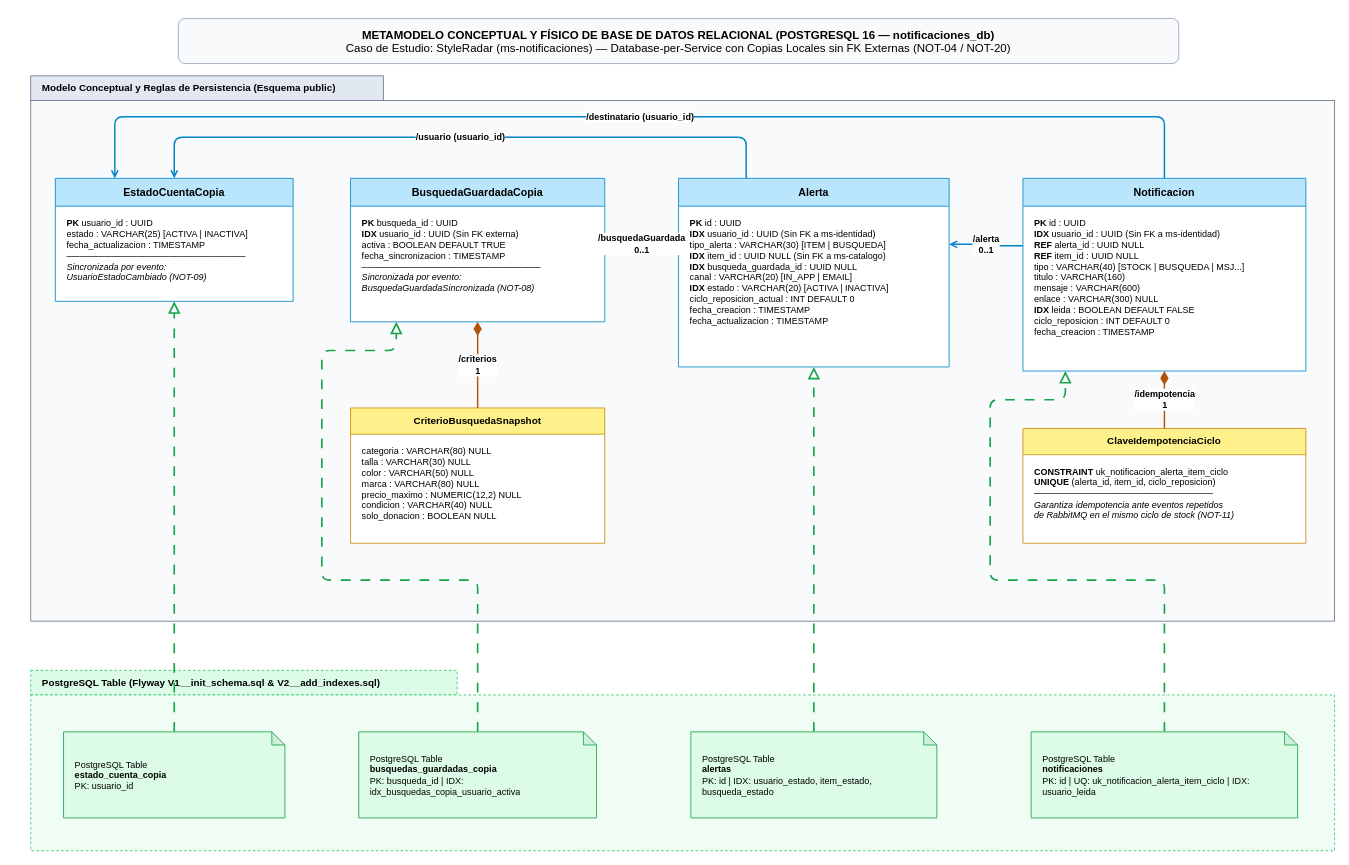
StyleRadar1/GJ-Notification-Service keeps this draw.io diagram as docs/uml/diagrama-base-datos.drawio. Above is the earlier version. Source tidied: cells renumbered, new cells numbered last; positions are measured from the earlier drawing's top-left corner, leaving out a move shared by most shapes. Both pictures are drawn from the tidied source at 82%, with x=0, y=0 at pixel (30, 18).
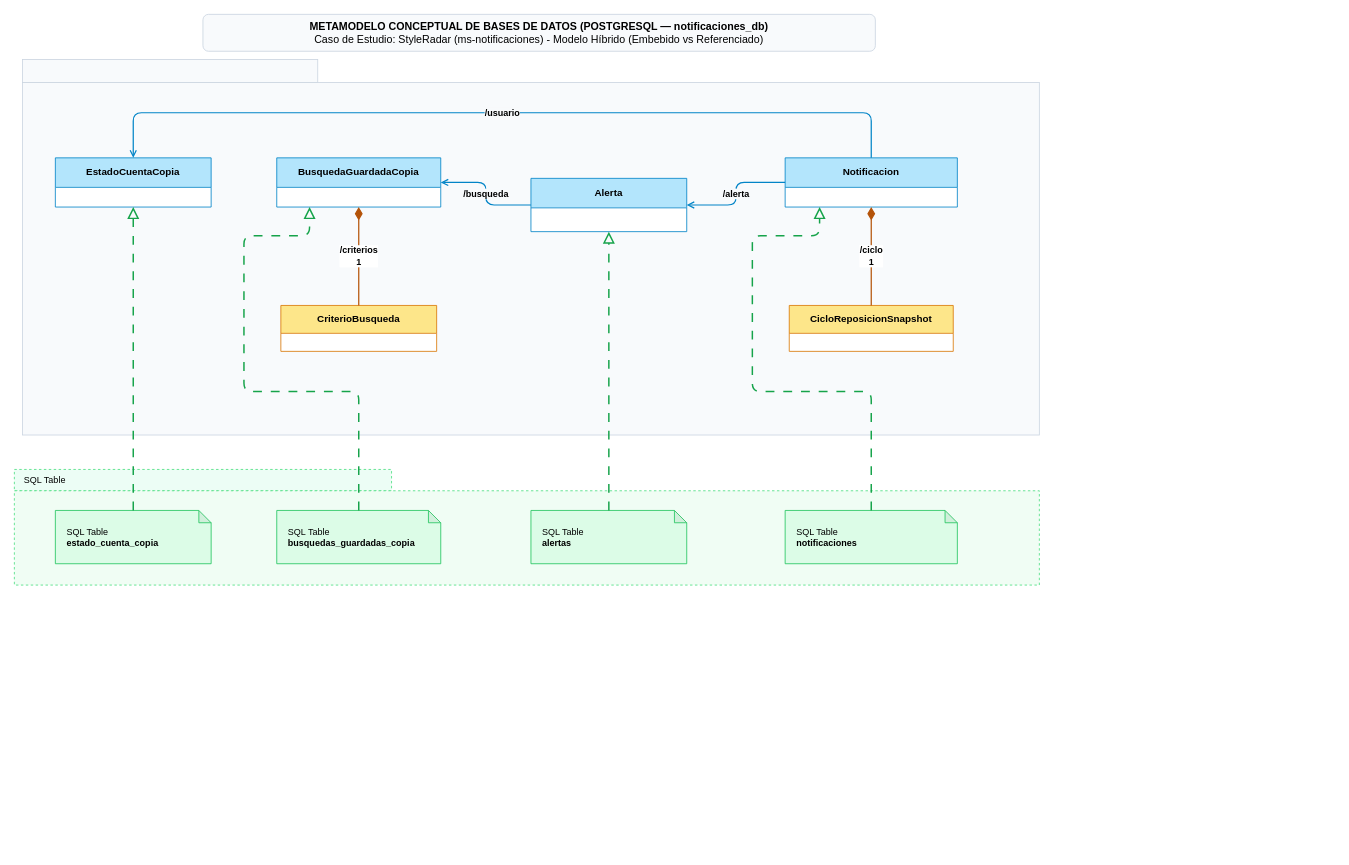
After the change.

Commit message:
style(uml): simplificar diagrama de base de datos al formato conceptual limpio

What changed in the source:
```diff
@@
-    <mxCell id="2" value="&lt;b&gt;METAMODELO CONCEPTUAL Y FÍSICO DE BASE DE DATOS RELACIONAL (POSTGRESQL 16 — notificaciones_db)&lt;/b&gt;&lt;br&gt;Caso de Estudio: StyleRadar (ms-notificaciones) — Database-per-Service con Copias Locales sin FK Externas (NOT-04 / NOT-20)" style="rounded=1;whiteSpace=wrap;html=1;fillColor=#f8fafc;strokeColor=#94a3b8;fontColor=#000000;fontSize=14;align=center;verticalAlign=middle;" parent="1" vertex="1">
-      <mxGeometry x="180" width="1220" height="55" as="geometry" />
+    <mxCell id="2" value="&lt;b&gt;METAMODELO CONCEPTUAL DE BASES DE DATOS (POSTGRESQL — notificaciones_db)&lt;/b&gt;&lt;br&gt;Caso de Estudio: StyleRadar (ms-notificaciones) - Modelo Híbrido (Embebido vs Referenciado)" style="rounded=1;whiteSpace=wrap;html=1;fillColor=#f8fafc;strokeColor=#cbd5e1;fontColor=#000000;fontSize=13;align=center;verticalAlign=middle;" parent="1" vertex="1">
+      <mxGeometry x="210" y="-5" width="820" height="45" as="geometry" />
     </mxCell>
-    <mxCell id="3" value="Modelo Conceptual y Reglas de Persistencia (Esquema public)" style="rounded=0;whiteSpace=wrap;html=1;fillColor=#e2e8f0;strokeColor=#64748b;fontColor=#000000;fontStyle=1;fontSize=12;align=left;spacingLeft=12;" parent="1" vertex="1">
-      <mxGeometry y="70" width="430" height="30" as="geometry" />
-    </mxCell>
-    <mxCell id="4" style="rounded=0;whiteSpace=wrap;html=1;fillColor=#f8fafc;strokeColor=#64748b;fontColor=#000000;" parent="1" vertex="1">
-      <mxGeometry y="100" width="1590" height="635" as="geometry" />
-    </mxCell>
+    <mxCell id="33" style="rounded=0;whiteSpace=wrap;html=1;fillColor=#f8fafc;strokeColor=#cbd5e1;" parent="1" vertex="1">
+      <mxGeometry x="-10" y="50" width="360" height="28" as="geometry" />
+    </mxCell>
+    <mxCell id="34" style="rounded=0;whiteSpace=wrap;html=1;fillColor=#f8fafc;strokeColor=#cbd5e1;" parent="1" vertex="1">
+      <mxGeometry x="-10" y="78" width="1240" height="430" as="geometry" />
+    </mxCell>
-    <mxCell id="5" value="EstadoCuentaCopia" style="swimlane;whiteSpace=wrap;html=1;startSize=34;fillColor=#bae6fd;strokeColor=#0284c7;fontColor=#000000;fontStyle=1;fontSize=13;swimlaneFillColor=#ffffff;" parent="1" vertex="1">
-      <mxGeometry x="30" y="195" width="290" height="150" as="geometry" />
+    <mxCell id="5" value="EstadoCuentaCopia" style="swimlane;whiteSpace=wrap;html=1;startSize=36;fillColor=#b3e5fc;strokeColor=#0284c7;fontColor=#000000;fontStyle=1;fontSize=12;swimlaneFillColor=#ffffff;" parent="1" vertex="1">
+      <mxGeometry x="30" y="170" width="190" height="60" as="geometry" />
     </mxCell>
-    <mxCell id="6" value="&lt;b&gt;PK&lt;/b&gt; usuario_id : UUID&lt;br&gt;estado : VARCHAR(25) [ACTIVA | INACTIVA]&lt;br&gt;fecha_actualizacion : TIMESTAMP&lt;br&gt;────────────────────────────&lt;br&gt;&lt;i&gt;Sincronizada por evento:&lt;br&gt;UsuarioEstadoCambiado (NOT-09)&lt;/i&gt;" style="rounded=0;whiteSpace=wrap;html=1;fillColor=#ffffff;strokeColor=none;fontColor=#000000;align=left;verticalAlign=top;spacingLeft=10;spacingTop=6;fontSize=11;" parent="5" vertex="1">
-      <mxGeometry x="2" y="36" width="286" height="110" as="geometry" />
-    </mxCell>
-    <mxCell id="7" value="BusquedaGuardadaCopia" style="swimlane;whiteSpace=wrap;html=1;startSize=34;fillColor=#bae6fd;strokeColor=#0284c7;fontColor=#000000;fontStyle=1;fontSize=13;swimlaneFillColor=#ffffff;" parent="1" vertex="1">
-      <mxGeometry x="390" y="195" width="310" height="175" as="geometry" />
+    <mxCell id="7" value="BusquedaGuardadaCopia" style="swimlane;whiteSpace=wrap;html=1;startSize=36;fillColor=#b3e5fc;strokeColor=#0284c7;fontColor=#000000;fontStyle=1;fontSize=12;swimlaneFillColor=#ffffff;" parent="1" vertex="1">
+      <mxGeometry x="300" y="170" width="200" height="60" as="geometry" />
     </mxCell>
-    <mxCell id="8" value="&lt;b&gt;PK&lt;/b&gt; busqueda_id : UUID&lt;br&gt;&lt;b&gt;IDX&lt;/b&gt; usuario_id : UUID (Sin FK externa)&lt;br&gt;activa : BOOLEAN DEFAULT TRUE&lt;br&gt;fecha_sincronizacion : TIMESTAMP&lt;br&gt;────────────────────────────&lt;br&gt;&lt;i&gt;Sincronizada por evento:&lt;br&gt;BusquedaGuardadaSincronizada (NOT-08)&lt;/i&gt;" style="rounded=0;whiteSpace=wrap;html=1;fillColor=#ffffff;strokeColor=none;fontColor=#000000;align=left;verticalAlign=top;spacingLeft=10;spacingTop=6;fontSize=11;" parent="7" vertex="1">
-      <mxGeometry x="2" y="36" width="306" height="135" as="geometry" />
-    </mxCell>
+    <mxCell id="12" value="Alerta" style="swimlane;whiteSpace=wrap;html=1;startSize=36;fillColor=#b3e5fc;strokeColor=#0284c7;fontColor=#000000;fontStyle=1;fontSize=12;swimlaneFillColor=#ffffff;" parent="1" vertex="1">
+      <mxGeometry x="610" y="195" width="190" height="65" as="geometry" />
+    </mxCell>
+    <mxCell id="14" value="Notificacion" style="swimlane;whiteSpace=wrap;html=1;startSize=36;fillColor=#b3e5fc;strokeColor=#0284c7;fontColor=#000000;fontStyle=1;fontSize=12;swimlaneFillColor=#ffffff;" parent="1" vertex="1">
+      <mxGeometry x="920" y="170" width="210" height="60" as="geometry" />
+    </mxCell>
-    <mxCell id="9" value="CriterioBusquedaSnapshot" style="swimlane;whiteSpace=wrap;html=1;startSize=32;fillColor=#fef08a;strokeColor=#ca8a04;fontColor=#000000;fontStyle=1;fontSize=12;swimlaneFillColor=#ffffff;" parent="1" vertex="1">
-      <mxGeometry x="390" y="475" width="310" height="165" as="geometry" />
+    <mxCell id="9" value="CriterioBusqueda" style="swimlane;whiteSpace=wrap;html=1;startSize=34;fillColor=#fde68a;strokeColor=#d97706;fontColor=#000000;fontStyle=1;fontSize=12;swimlaneFillColor=#ffffff;" parent="1" vertex="1">
+      <mxGeometry x="305" y="350" width="190" height="56" as="geometry" />
     </mxCell>
-    <mxCell id="10" value="categoria : VARCHAR(80) NULL&lt;br&gt;talla : VARCHAR(30) NULL&lt;br&gt;color : VARCHAR(50) NULL&lt;br&gt;marca : VARCHAR(80) NULL&lt;br&gt;precio_maximo : NUMERIC(12,2) NULL&lt;br&gt;condicion : VARCHAR(40) NULL&lt;br&gt;solo_donacion : BOOLEAN NULL" style="rounded=0;whiteSpace=wrap;html=1;fillColor=#ffffff;strokeColor=none;fontColor=#000000;align=left;verticalAlign=top;spacingLeft=10;spacingTop=6;fontSize=11;" parent="9" vertex="1">
-      <mxGeometry x="2" y="34" width="306" height="127" as="geometry" />
-    </mxCell>
+    <mxCell id="16" value="CicloReposicionSnapshot" style="swimlane;whiteSpace=wrap;html=1;startSize=34;fillColor=#fde68a;strokeColor=#d97706;fontColor=#000000;fontStyle=1;fontSize=12;swimlaneFillColor=#ffffff;" parent="1" vertex="1">
+      <mxGeometry x="925" y="350" width="200" height="56" as="geometry" />
+    </mxCell>
-    <mxCell id="11" value="/criterios&lt;br&gt;1" style="edgeStyle=orthogonalEdgeStyle;rounded=0;jettySize=auto;html=1;startArrow=diamondThin;startFill=1;startSize=12;endArrow=none;strokeColor=#b45309;strokeWidth=1.8;fontColor=#000000;labelBackgroundColor=#ffffff;fontStyle=1;fontSize=11;" parent="1" edge="1" source="7" target="9">
+    <mxCell id="11" value="/criterios&lt;br&gt;1" style="edgeStyle=orthogonalEdgeStyle;rounded=0;jettySize=auto;html=1;startArrow=diamondThin;startFill=1;startSize=12;endArrow=none;strokeColor=#b45309;strokeWidth=1.5;fontColor=#000000;labelBackgroundColor=#ffffff;fontStyle=1;fontSize=11;" parent="1" edge="1" source="7" target="9">
       <mxGeometry relative="1" as="geometry" />
     </mxCell>
-    <mxCell id="12" value="Alerta" style="swimlane;whiteSpace=wrap;html=1;startSize=34;fillColor=#bae6fd;strokeColor=#0284c7;fontColor=#000000;fontStyle=1;fontSize=13;swimlaneFillColor=#ffffff;" parent="1" vertex="1">
-      <mxGeometry x="790" y="195" width="330" height="230" as="geometry" />
-    </mxCell>
-    <mxCell id="13" value="&lt;b&gt;PK&lt;/b&gt; id : UUID&lt;br&gt;&lt;b&gt;IDX&lt;/b&gt; usuario_id : UUID (Sin FK a ms-identidad)&lt;br&gt;tipo_alerta : VARCHAR(30) [ITEM | BUSQUEDA]&lt;br&gt;&lt;b&gt;IDX&lt;/b&gt; item_id : UUID NULL (Sin FK a ms-catalogo)&lt;br&gt;&lt;b&gt;IDX&lt;/b&gt; busqueda_guardada_id : UUID NULL&lt;br&gt;canal : VARCHAR(20) [IN_APP | EMAIL]&lt;br&gt;&lt;b&gt;IDX&lt;/b&gt; estado : VARCHAR(20) [ACTIVA | INACTIVA]&lt;br&gt;ciclo_reposicion_actual : INT DEFAULT 0&lt;br&gt;fecha_creacion : TIMESTAMP&lt;br&gt;fecha_actualizacion : TIMESTAMP" style="rounded=0;whiteSpace=wrap;html=1;fillColor=#ffffff;strokeColor=none;fontColor=#000000;align=left;verticalAlign=top;spacingLeft=10;spacingTop=6;fontSize=11;" parent="12" vertex="1">
-      <mxGeometry x="2" y="36" width="326" height="190" as="geometry" />
-    </mxCell>
-    <mxCell id="14" value="Notificacion" style="swimlane;whiteSpace=wrap;html=1;startSize=34;fillColor=#bae6fd;strokeColor=#0284c7;fontColor=#000000;fontStyle=1;fontSize=13;swimlaneFillColor=#ffffff;" parent="1" vertex="1">
-      <mxGeometry x="1210" y="195" width="345" height="235" as="geometry" />
-    </mxCell>
-    <mxCell id="15" value="&lt;b&gt;PK&lt;/b&gt; id : UUID&lt;br&gt;&lt;b&gt;IDX&lt;/b&gt; usuario_id : UUID (Sin FK a ms-identidad)&lt;br&gt;&lt;b&gt;REF&lt;/b&gt; alerta_id : UUID NULL&lt;br&gt;&lt;b&gt;REF&lt;/b&gt; item_id : UUID NULL&lt;br&gt;tipo : VARCHAR(40) [STOCK | BUSQUEDA | MSJ...]&lt;br&gt;titulo : VARCHAR(160)&lt;br&gt;mensaje : VARCHAR(600)&lt;br&gt;enlace : VARCHAR(300) NULL&lt;br&gt;&lt;b&gt;IDX&lt;/b&gt; leida : BOOLEAN DEFAULT FALSE&lt;br&gt;ciclo_reposicion : INT DEFAULT 0&lt;br&gt;fecha_creacion : TIMESTAMP" style="rounded=0;whiteSpace=wrap;html=1;fillColor=#ffffff;strokeColor=none;fontColor=#000000;align=left;verticalAlign=top;spacingLeft=10;spacingTop=6;fontSize=11;" parent="14" vertex="1">
-      <mxGeometry x="2" y="36" width="341" height="195" as="geometry" />
-    </mxCell>
-    <mxCell id="16" value="ClaveIdempotenciaCiclo" style="swimlane;whiteSpace=wrap;html=1;startSize=32;fillColor=#fef08a;strokeColor=#ca8a04;fontColor=#000000;fontStyle=1;fontSize=12;swimlaneFillColor=#ffffff;" parent="1" vertex="1">
-      <mxGeometry x="1210" y="500" width="345" height="140" as="geometry" />
-    </mxCell>
-    <mxCell id="17" value="&lt;b&gt;CONSTRAINT&lt;/b&gt; uk_notificacion_alerta_item_ciclo&lt;br&gt;&lt;b&gt;UNIQUE&lt;/b&gt; (alerta_id, item_id, ciclo_reposicion)&lt;br&gt;────────────────────────────&lt;br&gt;&lt;i&gt;Garantiza idempotencia ante eventos repetidos&lt;br&gt;de RabbitMQ en el mismo ciclo de stock (NOT-11)&lt;/i&gt;" style="rounded=0;whiteSpace=wrap;html=1;fillColor=#ffffff;strokeColor=none;fontColor=#000000;align=left;verticalAlign=top;spacingLeft=10;spacingTop=6;fontSize=11;" parent="16" vertex="1">
-      <mxGeometry x="2" y="34" width="341" height="102" as="geometry" />
-    </mxCell>
-    <mxCell id="18" value="/idempotencia&lt;br&gt;1" style="edgeStyle=orthogonalEdgeStyle;rounded=0;jettySize=auto;html=1;startArrow=diamondThin;startFill=1;startSize=12;endArrow=none;strokeColor=#b45309;strokeWidth=1.8;fontColor=#000000;labelBackgroundColor=#ffffff;fontStyle=1;fontSize=11;" parent="1" edge="1" source="14" target="16">
+    <mxCell id="18" value="/ciclo&lt;br&gt;1" style="edgeStyle=orthogonalEdgeStyle;rounded=0;jettySize=auto;html=1;startArrow=diamondThin;startFill=1;startSize=12;endArrow=none;strokeColor=#b45309;strokeWidth=1.5;fontColor=#000000;labelBackgroundColor=#ffffff;fontStyle=1;fontSize=11;" parent="1" edge="1" source="14" target="16">
       <mxGeometry relative="1" as="geometry" />
     </mxCell>
-    <mxCell id="19" value="/usuario (usuario_id)" style="edgeStyle=orthogonalEdgeStyle;rounded=1;jettySize=auto;html=1;exitX=0.25;exitY=0;exitDx=0;exitDy=0;entryX=0.5;entryY=0;entryDx=0;entryDy=0;endArrow=open;endFill=0;strokeColor=#0284c7;strokeWidth=1.8;fontColor=#000000;labelBackgroundColor=#ffffff;fontStyle=1;fontSize=11;" parent="1" edge="1" source="12" target="5">
-      <mxGeometry relative="1" as="geometry">
-        <Array as="points">
-          <mxPoint x="873" y="145" />
-          <mxPoint x="175" y="145" />
-        </Array>
-      </mxGeometry>
-    </mxCell>
-    <mxCell id="20" value="/destinatario (usuario_id)" style="edgeStyle=orthogonalEdgeStyle;rounded=1;jettySize=auto;html=1;exitX=0.5;exitY=0;exitDx=0;exitDy=0;entryX=0.25;entryY=0;entryDx=0;entryDy=0;endArrow=open;endFill=0;strokeColor=#0284c7;strokeWidth=1.8;fontColor=#000000;labelBackgroundColor=#ffffff;fontStyle=1;fontSize=11;" parent="1" edge="1" source="14" target="5">
+    <mxCell id="20" value="/usuario" style="edgeStyle=orthogonalEdgeStyle;rounded=1;jettySize=auto;html=1;exitX=0.5;exitY=0;exitDx=0;exitDy=0;entryX=0.5;entryY=0;entryDx=0;entryDy=0;endArrow=open;endFill=0;strokeColor=#0284c7;strokeWidth=1.5;fontColor=#000000;labelBackgroundColor=#f8fafc;fontStyle=1;fontSize=11;" parent="1" edge="1" source="14" target="5">
       <mxGeometry relative="1" as="geometry">
         <Array as="points">
-          <mxPoint x="1382" y="120" />
-          <mxPoint x="102" y="120" />
+          <mxPoint x="1025" y="115" />
+          <mxPoint x="125" y="115" />
         </Array>
       </mxGeometry>
     </mxCell>
-    <mxCell id="21" value="/busquedaGuardada&lt;br&gt;0..1" style="edgeStyle=orthogonalEdgeStyle;rounded=1;jettySize=auto;html=1;exitX=0;exitY=0.35;exitDx=0;exitDy=0;entryX=1;entryY=0.45;entryDx=0;entryDy=0;endArrow=open;endFill=0;strokeColor=#0284c7;strokeWidth=1.8;fontColor=#000000;labelBackgroundColor=#ffffff;fontStyle=1;fontSize=11;" parent="1" edge="1" source="12" target="7">
+    <mxCell id="21" value="/busqueda" style="edgeStyle=orthogonalEdgeStyle;rounded=1;jettySize=auto;html=1;exitX=0;exitY=0.5;exitDx=0;exitDy=0;entryX=1;entryY=0.5;entryDx=0;entryDy=0;endArrow=open;endFill=0;strokeColor=#0284c7;strokeWidth=1.5;fontColor=#000000;labelBackgroundColor=#f8fafc;fontStyle=1;fontSize=11;" parent="1" edge="1" source="12" target="7">
       <mxGeometry relative="1" as="geometry" />
     </mxCell>
-    <mxCell id="22" value="/alerta&lt;br&gt;0..1" style="edgeStyle=orthogonalEdgeStyle;rounded=1;jettySize=auto;html=1;exitX=0;exitY=0.35;exitDx=0;exitDy=0;entryX=1;entryY=0.35;entryDx=0;entryDy=0;endArrow=open;endFill=0;strokeColor=#0284c7;strokeWidth=1.8;fontColor=#000000;labelBackgroundColor=#ffffff;fontStyle=1;fontSize=11;" parent="1" edge="1" source="14" target="12">
+    <mxCell id="22" value="/alerta" style="edgeStyle=orthogonalEdgeStyle;rounded=1;jettySize=auto;html=1;exitX=0;exitY=0.5;exitDx=0;exitDy=0;entryX=1;entryY=0.5;entryDx=0;entryDy=0;endArrow=open;endFill=0;strokeColor=#0284c7;strokeWidth=1.5;fontColor=#000000;labelBackgroundColor=#f8fafc;fontStyle=1;fontSize=11;" parent="1" edge="1" source="14" target="12">
       <mxGeometry relative="1" as="geometry" />
     </mxCell>
-    <mxCell id="23" value="PostgreSQL Table (Flyway V1__init_schema.sql &amp; V2__add_indexes.sql)" style="rounded=0;whiteSpace=wrap;html=1;fillColor=#dcfce7;strokeColor=#22c55e;dashed=1;fontColor=#000000;fontStyle=1;fontSize=12;align=left;spacingLeft=12;" parent="1" vertex="1">
-      <mxGeometry y="795" width="520" height="30" as="geometry" />
+    <mxCell id="23" value="SQL Table" style="rounded=0;whiteSpace=wrap;html=1;fillColor=#ecfdf5;strokeColor=#4ade80;dashed=1;fontColor=#000000;fontSize=11;align=left;spacingLeft=10;" parent="1" vertex="1">
+      <mxGeometry x="-20" y="550" width="460" height="26" as="geometry" />
     </mxCell>
-    <mxCell id="24" style="rounded=0;whiteSpace=wrap;html=1;fillColor=#f0fdf4;strokeColor=#22c55e;dashed=1;fontColor=#000000;" parent="1" vertex="1">
-      <mxGeometry y="825" width="1590" height="190" as="geometry" />
+    <mxCell id="24" style="rounded=0;whiteSpace=wrap;html=1;fillColor=#f0fdf4;strokeColor=#4ade80;dashed=1;" parent="1" vertex="1">
+      <mxGeometry x="-20" y="576" width="1250" height="115" as="geometry" />
     </mxCell>
-    <mxCell id="25" value="PostgreSQL Table&lt;br&gt;&lt;b&gt;estado_cuenta_copia&lt;/b&gt;&lt;br&gt;PK: usuario_id" style="shape=note;whiteSpace=wrap;html=1;backgroundOutline=1;darkOpacity=0.05;size=16;fillColor=#dcfce7;strokeColor=#16a34a;fontColor=#000000;align=left;spacingLeft=12;fontSize=11;" parent="1" vertex="1">
-      <mxGeometry x="40" y="870" width="270" height="105" as="geometry" />
+    <mxCell id="25" value="SQL Table&lt;br&gt;&lt;b&gt;estado_cuenta_copia&lt;/b&gt;" style="shape=note;whiteSpace=wrap;html=1;backgroundOutline=1;darkOpacity=0.05;size=15;fillColor=#dcfce7;strokeColor=#22c55e;fontColor=#000000;align=left;spacingLeft=12;fontSize=11;" parent="1" vertex="1">
+      <mxGeometry x="30" y="600" width="190" height="65" as="geometry" />
     </mxCell>
-    <mxCell id="26" value="PostgreSQL Table&lt;br&gt;&lt;b&gt;busquedas_guardadas_copia&lt;/b&gt;&lt;br&gt;PK: busqueda_id | IDX: idx_busquedas_copia_usuario_activa" style="shape=note;whiteSpace=wrap;html=1;backgroundOutline=1;darkOpacity=0.05;size=16;fillColor=#dcfce7;strokeColor=#16a34a;fontColor=#000000;align=left;spacingLeft=12;fontSize=11;" parent="1" vertex="1">
-      <mxGeometry x="400" y="870" width="290" height="105" as="geometry" />
+    <mxCell id="26" value="SQL Table&lt;br&gt;&lt;b&gt;busquedas_guardadas_copia&lt;/b&gt;" style="shape=note;whiteSpace=wrap;html=1;backgroundOutline=1;darkOpacity=0.05;size=15;fillColor=#dcfce7;strokeColor=#22c55e;fontColor=#000000;align=left;spacingLeft=12;fontSize=11;" parent="1" vertex="1">
+      <mxGeometry x="300" y="600" width="200" height="65" as="geometry" />
     </mxCell>
-    <mxCell id="27" value="PostgreSQL Table&lt;br&gt;&lt;b&gt;alertas&lt;/b&gt;&lt;br&gt;PK: id | IDX: usuario_estado, item_estado, busqueda_estado" style="shape=note;whiteSpace=wrap;html=1;backgroundOutline=1;darkOpacity=0.05;size=16;fillColor=#dcfce7;strokeColor=#16a34a;fontColor=#000000;align=left;spacingLeft=12;fontSize=11;" parent="1" vertex="1">
-      <mxGeometry x="805" y="870" width="300" height="105" as="geometry" />
+    <mxCell id="27" value="SQL Table&lt;br&gt;&lt;b&gt;alertas&lt;/b&gt;" style="shape=note;whiteSpace=wrap;html=1;backgroundOutline=1;darkOpacity=0.05;size=15;fillColor=#dcfce7;strokeColor=#22c55e;fontColor=#000000;align=left;spacingLeft=12;fontSize=11;" parent="1" vertex="1">
+      <mxGeometry x="610" y="600" width="190" height="65" as="geometry" />
     </mxCell>
-    <mxCell id="28" value="PostgreSQL Table&lt;br&gt;&lt;b&gt;notificaciones&lt;/b&gt;&lt;br&gt;PK: id | UQ: uk_notificacion_alerta_item_ciclo | IDX: usuario_leida" style="shape=note;whiteSpace=wrap;html=1;backgroundOutline=1;darkOpacity=0.05;size=16;fillColor=#dcfce7;strokeColor=#16a34a;fontColor=#000000;align=left;spacingLeft=12;fontSize=11;" parent="1" vertex="1">
-      <mxGeometry x="1220" y="870" width="325" height="105" as="geometry" />
+    <mxCell id="28" value="SQL Table&lt;br&gt;&lt;b&gt;notificaciones&lt;/b&gt;" style="shape=note;whiteSpace=wrap;html=1;backgroundOutline=1;darkOpacity=0.05;size=15;fillColor=#dcfce7;strokeColor=#22c55e;fontColor=#000000;align=left;spacingLeft=12;fontSize=11;" parent="1" vertex="1">
+      <mxGeometry x="920" y="600" width="210" height="65" as="geometry" />
     </mxCell>
-    <mxCell id="29" style="edgeStyle=orthogonalEdgeStyle;rounded=1;jettySize=auto;html=1;dashed=1;dashPattern=6 6;endArrow=block;endFill=0;endSize=10;strokeColor=#16a34a;strokeWidth=2;exitX=0.5;exitY=0;exitDx=0;exitDy=0;exitPerimeter=0;entryX=0.5;entryY=1;entryDx=0;entryDy=0;" parent="1" edge="1" source="25" target="5">
+    <mxCell id="29" style="edgeStyle=orthogonalEdgeStyle;rounded=1;jettySize=auto;html=1;dashed=1;dashPattern=6 6;endArrow=block;endFill=0;endSize=10;strokeColor=#16a34a;strokeWidth=1.8;exitX=0.5;exitY=0;exitDx=0;exitDy=0;exitPerimeter=0;entryX=0.5;entryY=1;entryDx=0;entryDy=0;" parent="1" edge="1" source="25" target="5">
       <mxGeometry relative="1" as="geometry" />
     </mxCell>
-    <mxCell id="30" style="edgeStyle=orthogonalEdgeStyle;rounded=1;jettySize=auto;html=1;dashed=1;dashPattern=6 6;endArrow=block;endFill=0;endSize=10;strokeColor=#16a34a;strokeWidth=2;exitX=0.5;exitY=0;exitDx=0;exitDy=0;exitPerimeter=0;entryX=0.18;entryY=1;entryDx=0;entryDy=0;" parent="1" edge="1" source="26" target="7">
+    <mxCell id="30" style="edgeStyle=orthogonalEdgeStyle;rounded=1;jettySize=auto;html=1;dashed=1;dashPattern=6 6;endArrow=block;endFill=0;endSize=10;strokeColor=#16a34a;strokeWidth=1.8;exitX=0.5;exitY=0;exitDx=0;exitDy=0;exitPerimeter=0;entryX=0.2;entryY=1;entryDx=0;entryDy=0;" parent="1" edge="1" source="26" target="7">
       <mxGeometry relative="1" as="geometry">
         <Array as="points">
-          <mxPoint x="545" y="685" />
-          <mxPoint x="355" y="685" />
-          <mxPoint x="355" y="405" />
-          <mxPoint x="446" y="405" />
+          <mxPoint x="400" y="455" />
+          <mxPoint x="260" y="455" />
+          <mxPoint x="260" y="265" />
+          <mxPoint x="340" y="265" />
         </Array>
       </mxGeometry>
     </mxCell>
-    <mxCell id="31" style="edgeStyle=orthogonalEdgeStyle;rounded=1;jettySize=auto;html=1;dashed=1;dashPattern=6 6;endArrow=block;endFill=0;endSize=10;strokeColor=#16a34a;strokeWidth=2;exitX=0.5;exitY=0;exitDx=0;exitDy=0;exitPerimeter=0;entryX=0.5;entryY=1;entryDx=0;entryDy=0;" parent="1" edge="1" source="27" target="12">
+    <mxCell id="31" style="edgeStyle=orthogonalEdgeStyle;rounded=1;jettySize=auto;html=1;dashed=1;dashPattern=6 6;endArrow=block;endFill=0;endSize=10;strokeColor=#16a34a;strokeWidth=1.8;exitX=0.5;exitY=0;exitDx=0;exitDy=0;exitPerimeter=0;entryX=0.5;entryY=1;entryDx=0;entryDy=0;" parent="1" edge="1" source="27" target="12">
       <mxGeometry relative="1" as="geometry" />
     </mxCell>
-    <mxCell id="32" style="edgeStyle=orthogonalEdgeStyle;rounded=1;jettySize=auto;html=1;dashed=1;dashPattern=6 6;endArrow=block;endFill=0;endSize=10;strokeColor=#16a34a;strokeWidth=2;exitX=0.5;exitY=0;exitDx=0;exitDy=0;exitPerimeter=0;entryX=0.15;entryY=1;entryDx=0;entryDy=0;" parent="1" edge="1" source="28" target="14">
+    <mxCell id="32" style="edgeStyle=orthogonalEdgeStyle;rounded=1;jettySize=auto;html=1;dashed=1;dashPattern=6 6;endArrow=block;endFill=0;endSize=10;strokeColor=#16a34a;strokeWidth=1.8;exitX=0.5;exitY=0;exitDx=0;exitDy=0;exitPerimeter=0;entryX=0.2;entryY=1;entryDx=0;entryDy=0;" parent="1" edge="1" source="28" target="14">
       <mxGeometry relative="1" as="geometry">
         <Array as="points">
-          <mxPoint x="1382" y="685" />
-          <mxPoint x="1170" y="685" />
-          <mxPoint x="1170" y="465" />
-          <mxPoint x="1262" y="465" />
+          <mxPoint x="1025" y="455" />
+          <mxPoint x="880" y="455" />
+          <mxPoint x="880" y="265" />
+          <mxPoint x="962" y="265" />
         </Array>
       </mxGeometry>
     </mxCell>
```
